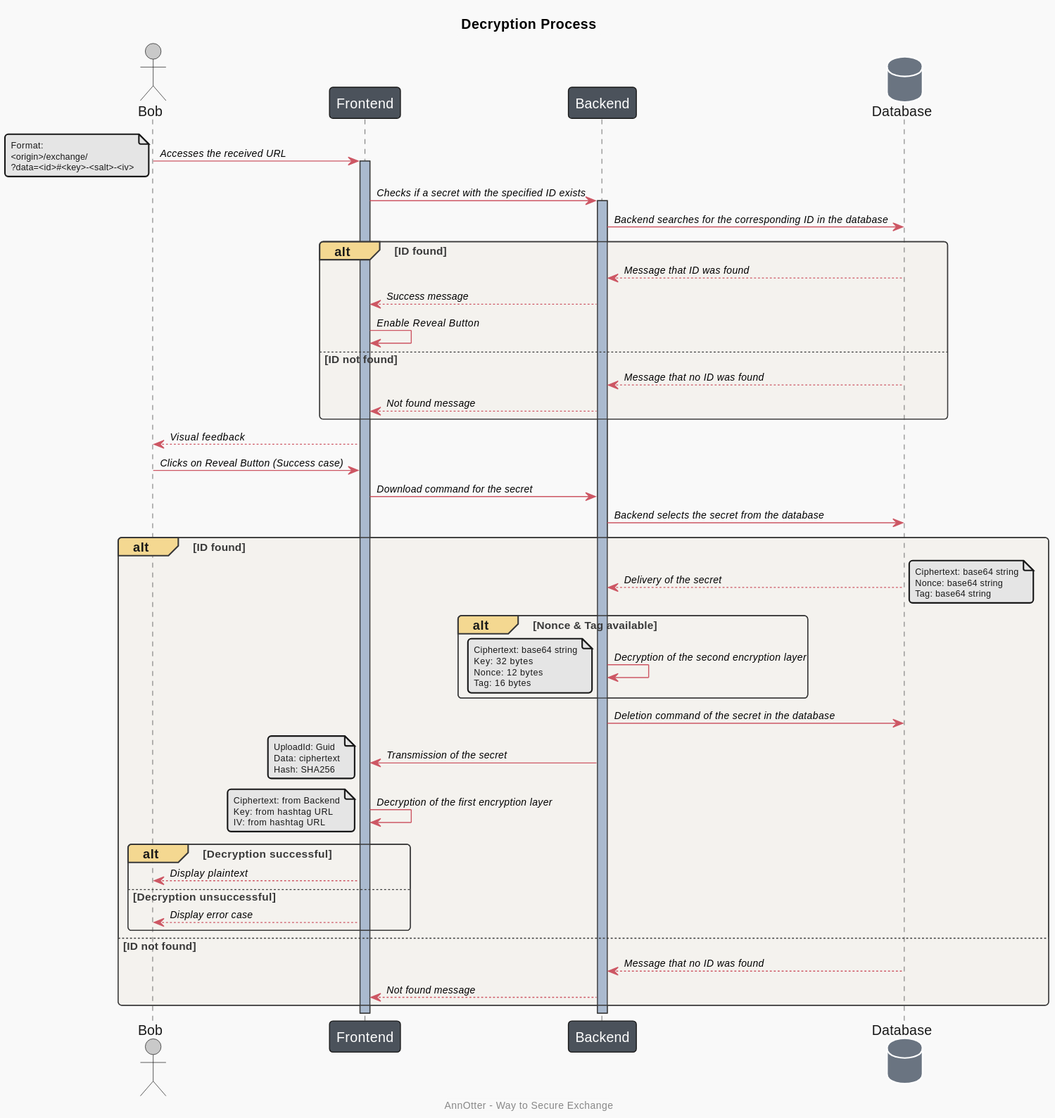
Earlier version of the PlantUML export docs/plantuml/export/howto_decryption_sequence.svg (daniiiol/AnnOtter.WayToSecureExchange).
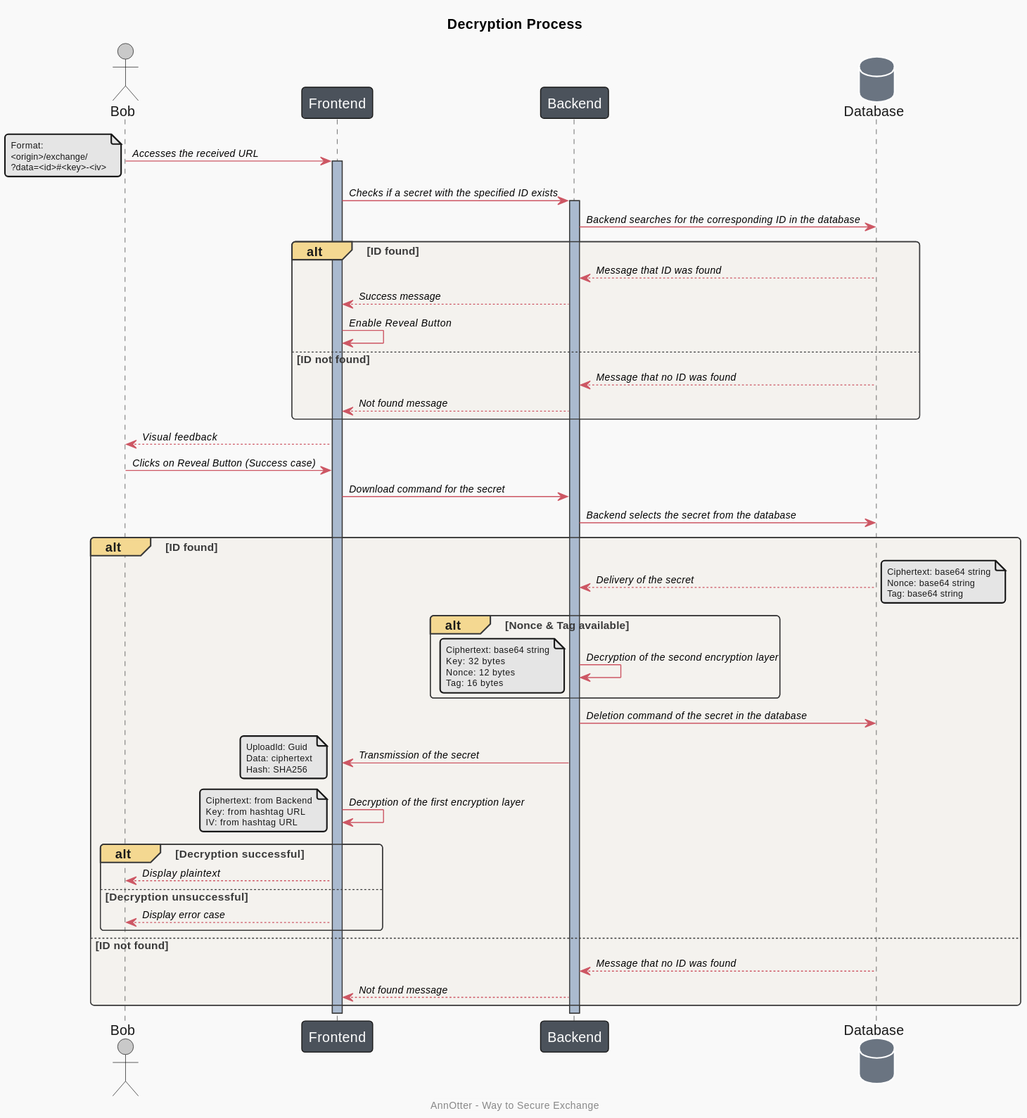
Later version of the same file.

The edit, as a diff of the source:
```diff
@@ -15,7 +15,7 @@
 note left
     Format:
     <origin>/exchange/
-    ?data=<id>#<key>-<salt>-<iv>
+    ?data=<id>#<key>-<iv>
 end note
 
 Frontend -> Backend : Checks if a secret with the specified ID exists
```
